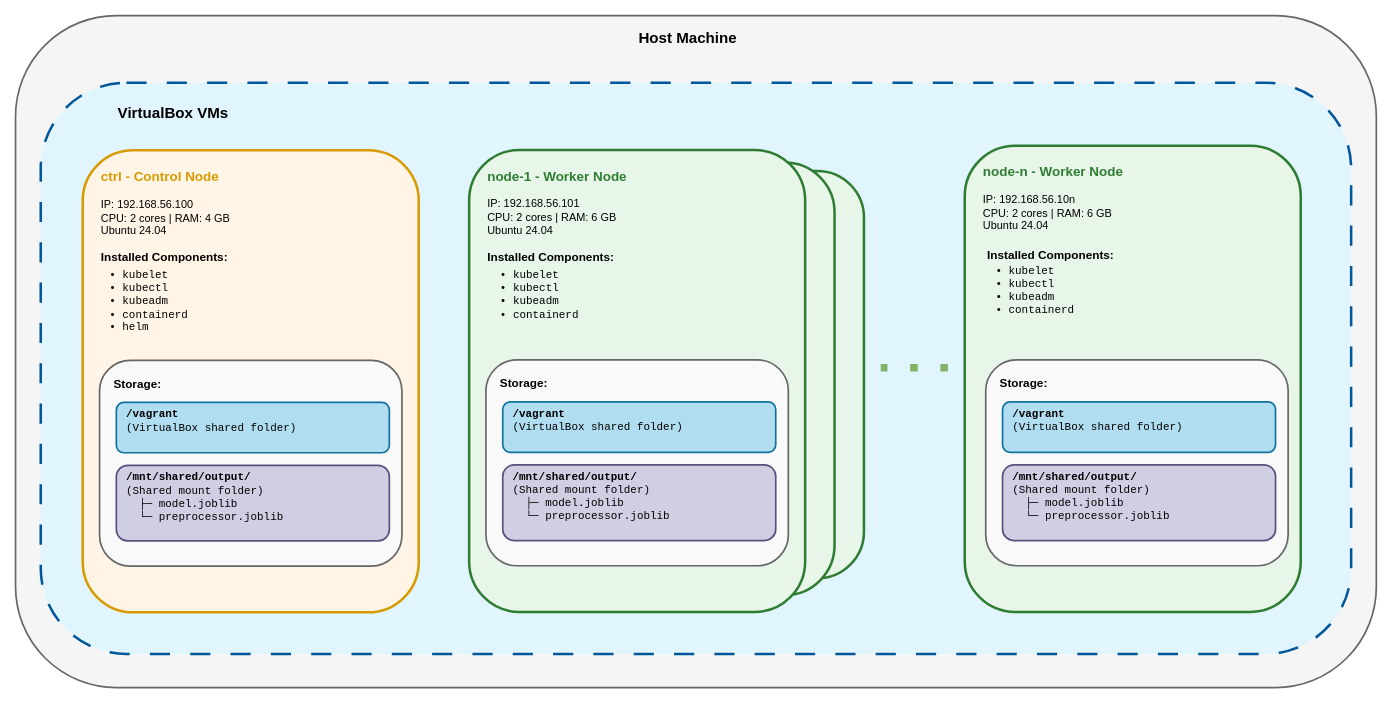
Before: docs/attachments/provisioning-architecture.drawio in doda25-team15/operation, a draw.io diagram. Source tidied: cells renumbered, new cells numbered last; positions are measured from the earlier drawing's top-left corner, leaving out a move shared by most shapes. Both pictures are drawn from the tidied source at 84%, with x=0, y=0 at pixel (15, 15).
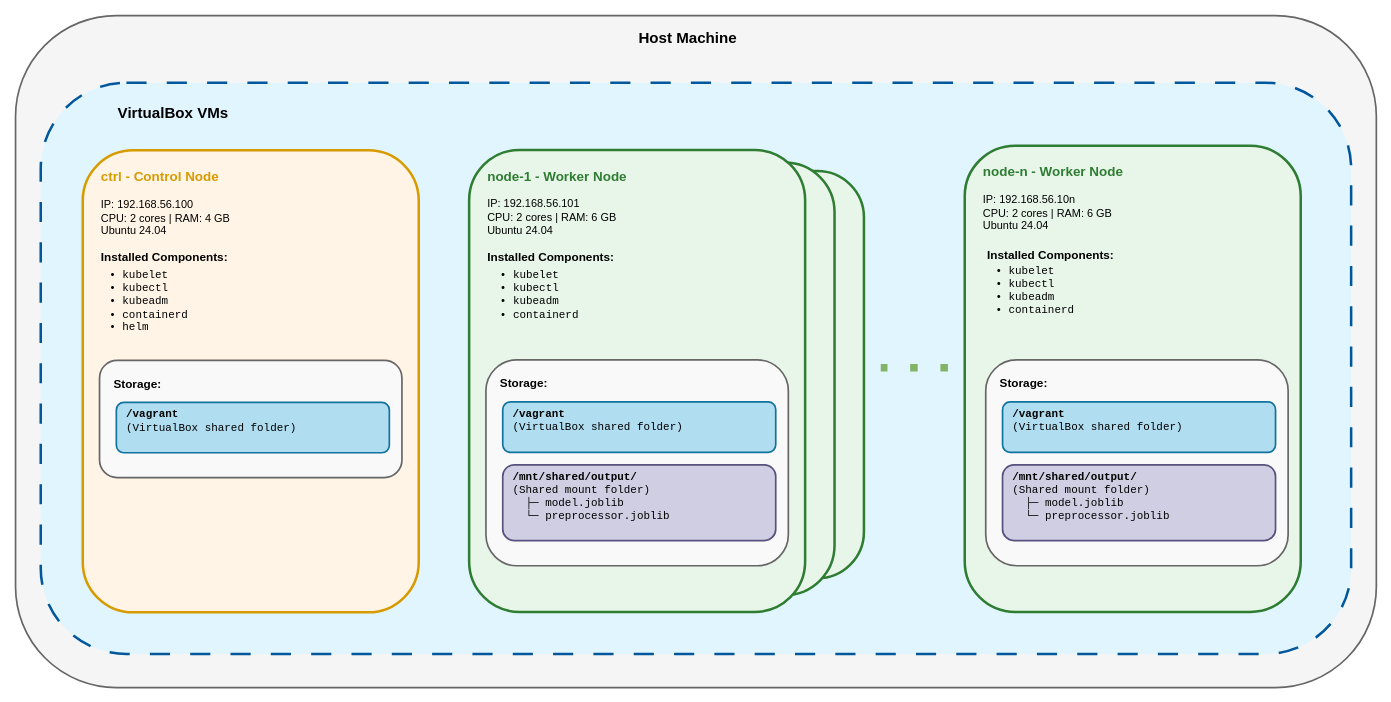
After the change.

Change to the diagram source:
```diff
@@
     <mxCell id="13" style="rounded=1;whiteSpace=wrap;html=1;fillColor=#f9f9f9;strokeColor=#666666;strokeWidth=2;verticalAlign=top;align=left;spacingLeft=12;spacingTop=8;" parent="1" vertex="1">
-      <mxGeometry x="100" y="410.5" width="360" height="245" as="geometry" />
+      <mxGeometry x="100" y="410.5" width="360" height="139.5" as="geometry" />
     </mxCell>
@@
-    <mxCell id="16" value="&lt;font&gt;&lt;b&gt;/mnt/shared/output/&lt;/b&gt;&lt;br&gt;(Shared mount folder)&lt;br&gt;&lt;span style=&quot;background-color: transparent; color: light-dark(rgb(0, 0, 0), rgb(255, 255, 255));&quot;&gt;&amp;nbsp; ├─ model.joblib&lt;/span&gt;&lt;br&gt;&lt;font style=&quot;&quot;&gt;&amp;nbsp; └─ preprocessor.joblib&lt;/font&gt;&lt;/font&gt;" style="rounded=1;whiteSpace=wrap;html=1;fillColor=#d0cee2;strokeColor=#56517e;strokeWidth=2;fontSize=13;fontFamily=Courier New;align=left;spacingLeft=10;verticalAlign=top;" parent="1" vertex="1">
-      <mxGeometry x="120" y="535.5" width="325" height="90" as="geometry" />
-    </mxCell>
```
